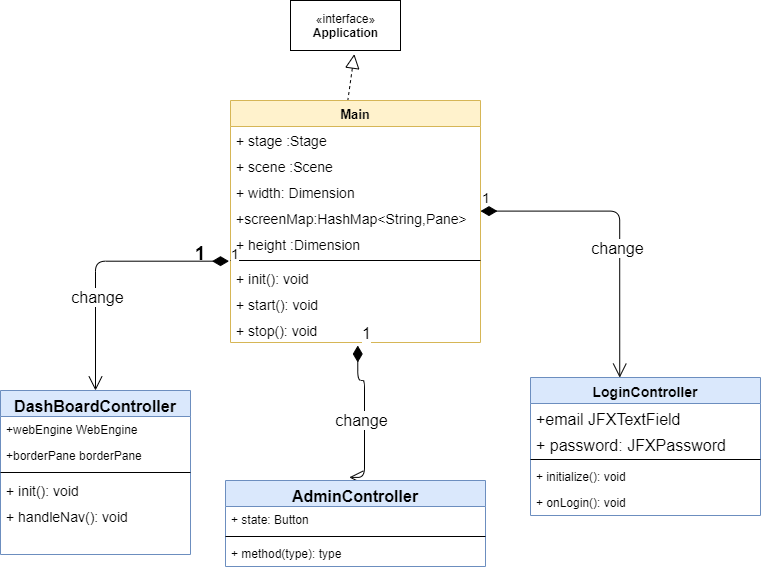
Earlier version of the draw.io export diagram/Class_diagram.png (mgkyawmyotun/covid19userjava). Source tidied: cells renumbered, new cells last; positions are measured from the earlier drawing's top-left corner, leaving out a move shared by most shapes.
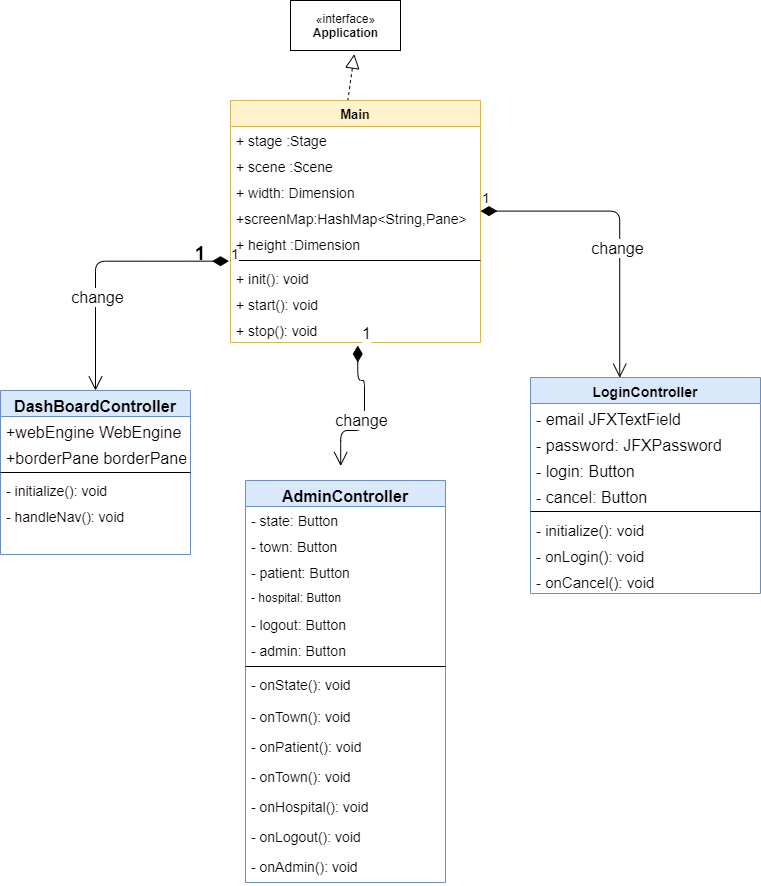
Above is the later version.

Change to the diagram source:
```diff
@@ -56,44 +56,55 @@
     <mxCell id="19" value="DashBoardController" style="swimlane;fontStyle=1;align=center;verticalAlign=top;horizontal=1;startSize=26;rounded=0;shadow=0;strokeWidth=1;fontSize=16;fillColor=#dae8fc;strokeColor=#6c8ebf;" parent="1" vertex="1">
       <mxGeometry y="390" width="190" height="164" as="geometry" />
     </mxCell>
-    <mxCell id="20" value="+webEngine WebEngine" style="text;align=left;verticalAlign=top;spacingLeft=4;spacingRight=4;overflow=hidden;" parent="19" vertex="1">
+    <mxCell id="20" value="+webEngine WebEngine" style="text;align=left;verticalAlign=top;spacingLeft=4;spacingRight=4;overflow=hidden;fontSize=16;" parent="19" vertex="1">
       <mxGeometry y="26" width="190" height="26" as="geometry" />
     </mxCell>
-    <mxCell id="21" value="+borderPane borderPane" style="text;align=left;verticalAlign=top;spacingLeft=4;spacingRight=4;overflow=hidden;rounded=0;shadow=0;html=0;" parent="19" vertex="1">
+    <mxCell id="21" value="+borderPane borderPane" style="text;align=left;verticalAlign=top;spacingLeft=4;spacingRight=4;overflow=hidden;rounded=0;shadow=0;html=0;fontSize=16;" parent="19" vertex="1">
       <mxGeometry y="52" width="190" height="26" as="geometry" />
     </mxCell>
     <mxCell id="22" style="line;html=1;strokeWidth=1;align=left;verticalAlign=middle;spacingTop=-1;spacingLeft=3;spacingRight=3;labelPosition=right;" parent="19" vertex="1">
       <mxGeometry y="78" width="190" height="8" as="geometry" />
     </mxCell>
-    <mxCell id="23" value="+ init(): void&#10;" style="text;strokeColor=none;fillColor=none;align=left;verticalAlign=top;spacingLeft=4;spacingRight=4;overflow=hidden;fontSize=14;" parent="19" vertex="1">
+    <mxCell id="23" value="- initialize(): void&#10;" style="text;strokeColor=none;fillColor=none;align=left;verticalAlign=top;spacingLeft=4;spacingRight=4;overflow=hidden;fontSize=14;" parent="19" vertex="1">
       <mxGeometry y="86" width="190" height="26" as="geometry" />
     </mxCell>
-    <mxCell id="24" value="+ handleNav(): void&#10;" style="text;strokeColor=none;fillColor=none;align=left;verticalAlign=top;spacingLeft=4;spacingRight=4;overflow=hidden;fontSize=14;" parent="19" vertex="1">
+    <mxCell id="24" value="- handleNav(): void&#10;" style="text;strokeColor=none;fillColor=none;align=left;verticalAlign=top;spacingLeft=4;spacingRight=4;overflow=hidden;fontSize=14;" parent="19" vertex="1">
       <mxGeometry y="112" width="190" height="26" as="geometry" />
     </mxCell>
     <mxCell id="25" value="LoginController" style="swimlane;fontStyle=1;align=center;verticalAlign=top;horizontal=1;startSize=26;fontSize=14;fillColor=#dae8fc;strokeColor=#6c8ebf;" parent="1" vertex="1">
-      <mxGeometry x="530" y="377" width="230" height="138" as="geometry" />
+      <mxGeometry x="530" y="377" width="230" height="216" as="geometry" />
     </mxCell>
-    <mxCell id="26" value="+email JFXTextField" style="text;strokeColor=none;fillColor=none;align=left;verticalAlign=top;spacingLeft=4;spacingRight=4;overflow=hidden;fontSize=16;" parent="25" vertex="1">
+    <mxCell id="26" value="- email JFXTextField" style="text;strokeColor=none;fillColor=none;align=left;verticalAlign=top;spacingLeft=4;spacingRight=4;overflow=hidden;fontSize=16;" parent="25" vertex="1">
       <mxGeometry y="26" width="230" height="26" as="geometry" />
     </mxCell>
+    <mxCell id="37" value="- password: JFXPassword" style="text;strokeColor=none;fillColor=none;align=left;verticalAlign=top;spacingLeft=4;spacingRight=4;overflow=hidden;fontSize=16;" parent="25" vertex="1">
+      <mxGeometry y="52" width="230" height="26" as="geometry" />
+    </mxCell>
-    <mxCell id="27" value="+ password: JFXPassword" style="text;strokeColor=none;fillColor=none;align=left;verticalAlign=top;spacingLeft=4;spacingRight=4;overflow=hidden;fontSize=16;" parent="25" vertex="1">
-      <mxGeometry y="52" width="230" height="26" as="geometry" />
+    <mxCell id="27" value="- login: Button" style="text;strokeColor=none;fillColor=none;align=left;verticalAlign=top;spacingLeft=4;spacingRight=4;overflow=hidden;fontSize=16;" parent="25" vertex="1">
+      <mxGeometry y="78" width="230" height="26" as="geometry" />
     </mxCell>
+    <mxCell id="38" value="- cancel: Button" style="text;strokeColor=none;fillColor=none;align=left;verticalAlign=top;spacingLeft=4;spacingRight=4;overflow=hidden;fontSize=16;" parent="25" vertex="1">
+      <mxGeometry y="104" width="230" height="26" as="geometry" />
+    </mxCell>
     <mxCell id="28" style="line;strokeWidth=1;fillColor=none;align=left;verticalAlign=middle;spacingTop=-1;spacingLeft=3;spacingRight=3;labelPosition=right;" parent="25" vertex="1">
-      <mxGeometry y="78" width="230" height="8" as="geometry" />
+      <mxGeometry y="130" width="230" height="8" as="geometry" />
     </mxCell>
-    <mxCell id="29" value="+ initialize(): void" style="text;strokeColor=none;fillColor=none;align=left;verticalAlign=top;spacingLeft=4;spacingRight=4;overflow=hidden;" parent="25" vertex="1">
-      <mxGeometry y="86" width="230" height="26" as="geometry" />
+    <mxCell id="29" value="- initialize(): void" style="text;strokeColor=none;fillColor=none;align=left;verticalAlign=top;spacingLeft=4;spacingRight=4;overflow=hidden;fontSize=15;" parent="25" vertex="1">
+      <mxGeometry y="138" width="230" height="26" as="geometry" />
     </mxCell>
-    <mxCell id="30" value="+ onLogin(): void&#10;" style="text;strokeColor=none;fillColor=none;align=left;verticalAlign=top;spacingLeft=4;spacingRight=4;overflow=hidden;" parent="25" vertex="1">
-      <mxGeometry y="112" width="230" height="26" as="geometry" />
+    <mxCell id="30" value="- onLogin(): void&#10;&#10;&#10;" style="text;strokeColor=none;fillColor=none;align=left;verticalAlign=top;spacingLeft=4;spacingRight=4;overflow=hidden;fontSize=15;" parent="25" vertex="1">
+      <mxGeometry y="164" width="230" height="26" as="geometry" />
     </mxCell>
+    <mxCell id="39" value="- onCancel(): void&#10;&#10;&#10;" style="text;strokeColor=none;fillColor=none;align=left;verticalAlign=top;spacingLeft=4;spacingRight=4;overflow=hidden;fontSize=15;" parent="25" vertex="1">
+      <mxGeometry y="190" width="230" height="26" as="geometry" />
+    </mxCell>
     <mxCell id="31" value="1" style="endArrow=open;html=1;endSize=12;startArrow=diamondThin;startSize=14;startFill=1;edgeStyle=orthogonalEdgeStyle;align=left;verticalAlign=bottom;fontSize=16;exitX=0.509;exitY=1.115;exitDx=0;exitDy=0;exitPerimeter=0;entryX=0.476;entryY=-0.036;entryDx=0;entryDy=0;entryPerimeter=0;" parent="1" edge="1" source="13" target="33">
       <mxGeometry x="-1" y="3" relative="1" as="geometry">
         <Array as="points">
           <mxPoint x="357" y="380" />
           <mxPoint x="364" y="380" />
+          <mxPoint x="364" y="430" />
+          <mxPoint x="340" y="430" />
         </Array>
       </mxGeometry>
     </mxCell>
@@ -101,16 +112,49 @@
       <mxGeometry x="360" y="420" as="geometry" />
     </mxCell>
     <mxCell id="33" value="AdminController" style="swimlane;fontStyle=1;align=center;verticalAlign=top;horizontal=1;startSize=26;fontSize=16;fillColor=#dae8fc;strokeColor=#6c8ebf;" parent="1" vertex="1">
-      <mxGeometry x="225" y="480" width="260" height="86" as="geometry" />
+      <mxGeometry x="245" y="480" width="200" height="402" as="geometry" />
     </mxCell>
-    <mxCell id="34" value="+ state: Button" style="text;strokeColor=none;fillColor=none;align=left;verticalAlign=top;spacingLeft=4;spacingRight=4;overflow=hidden;" parent="33" vertex="1">
-      <mxGeometry y="26" width="260" height="26" as="geometry" />
+    <mxCell id="34" value="- state: Button" style="text;strokeColor=none;fillColor=none;align=left;verticalAlign=top;spacingLeft=4;spacingRight=4;overflow=hidden;fontSize=14;" parent="33" vertex="1">
+      <mxGeometry y="26" width="200" height="26" as="geometry" />
     </mxCell>
+    <mxCell id="40" value="- town: Button" style="text;strokeColor=none;fillColor=none;align=left;verticalAlign=top;spacingLeft=4;spacingRight=4;overflow=hidden;fontSize=14;" parent="33" vertex="1">
+      <mxGeometry y="52" width="200" height="26" as="geometry" />
+    </mxCell>
+    <mxCell id="41" value="- patient: Button" style="text;strokeColor=none;fillColor=none;align=left;verticalAlign=top;spacingLeft=4;spacingRight=4;overflow=hidden;fontSize=14;" parent="33" vertex="1">
+      <mxGeometry y="78" width="200" height="26" as="geometry" />
+    </mxCell>
+    <mxCell id="42" value="- hospital: Button" style="text;strokeColor=none;fillColor=none;align=left;verticalAlign=top;spacingLeft=4;spacingRight=4;overflow=hidden;fontSize=12;" parent="33" vertex="1">
+      <mxGeometry y="104" width="200" height="26" as="geometry" />
+    </mxCell>
+    <mxCell id="43" value="- logout: Button" style="text;strokeColor=none;fillColor=none;align=left;verticalAlign=top;spacingLeft=4;spacingRight=4;overflow=hidden;fontSize=14;" parent="33" vertex="1">
+      <mxGeometry y="130" width="200" height="26" as="geometry" />
+    </mxCell>
+    <mxCell id="44" value="- admin: Button" style="text;strokeColor=none;fillColor=none;align=left;verticalAlign=top;spacingLeft=4;spacingRight=4;overflow=hidden;fontSize=14;" parent="33" vertex="1">
+      <mxGeometry y="156" width="200" height="26" as="geometry" />
+    </mxCell>
     <mxCell id="35" style="line;strokeWidth=1;fillColor=none;align=left;verticalAlign=middle;spacingTop=-1;spacingLeft=3;spacingRight=3;labelPosition=right;" parent="33" vertex="1">
-      <mxGeometry y="52" width="260" height="8" as="geometry" />
+      <mxGeometry y="182" width="200" height="8" as="geometry" />
     </mxCell>
-    <mxCell id="36" value="+ method(type): type" style="text;strokeColor=none;fillColor=none;align=left;verticalAlign=top;spacingLeft=4;spacingRight=4;overflow=hidden;" parent="33" vertex="1">
-      <mxGeometry y="60" width="260" height="26" as="geometry" />
+    <mxCell id="36" value="- onState(): void" style="text;strokeColor=none;fillColor=none;align=left;verticalAlign=top;spacingLeft=4;spacingRight=4;overflow=hidden;fontSize=14;" parent="33" vertex="1">
+      <mxGeometry y="190" width="200" height="32" as="geometry" />
     </mxCell>
+    <mxCell id="45" value="- onTown(): void" style="text;strokeColor=none;fillColor=none;align=left;verticalAlign=top;spacingLeft=4;spacingRight=4;overflow=hidden;fontSize=14;" parent="33" vertex="1">
+      <mxGeometry y="222" width="200" height="30" as="geometry" />
+    </mxCell>
+    <mxCell id="46" value="- onPatient(): void" style="text;strokeColor=none;fillColor=none;align=left;verticalAlign=top;spacingLeft=4;spacingRight=4;overflow=hidden;fontSize=14;" parent="33" vertex="1">
+      <mxGeometry y="252" width="200" height="30" as="geometry" />
+    </mxCell>
+    <mxCell id="47" value="- onTown(): void" style="text;strokeColor=none;fillColor=none;align=left;verticalAlign=top;spacingLeft=4;spacingRight=4;overflow=hidden;fontSize=14;" parent="33" vertex="1">
+      <mxGeometry y="282" width="200" height="30" as="geometry" />
+    </mxCell>
+    <mxCell id="48" value="- onHospital(): void" style="text;strokeColor=none;fillColor=none;align=left;verticalAlign=top;spacingLeft=4;spacingRight=4;overflow=hidden;fontSize=14;" parent="33" vertex="1">
+      <mxGeometry y="312" width="200" height="30" as="geometry" />
+    </mxCell>
+    <mxCell id="49" value="- onLogout(): void" style="text;strokeColor=none;fillColor=none;align=left;verticalAlign=top;spacingLeft=4;spacingRight=4;overflow=hidden;fontSize=14;" parent="33" vertex="1">
+      <mxGeometry y="342" width="200" height="30" as="geometry" />
+    </mxCell>
+    <mxCell id="50" value="- onAdmin(): void" style="text;strokeColor=none;fillColor=none;align=left;verticalAlign=top;spacingLeft=4;spacingRight=4;overflow=hidden;fontSize=14;" parent="33" vertex="1">
+      <mxGeometry y="372" width="200" height="30" as="geometry" />
+    </mxCell>
   </root>
 </mxGraphModel>
```
